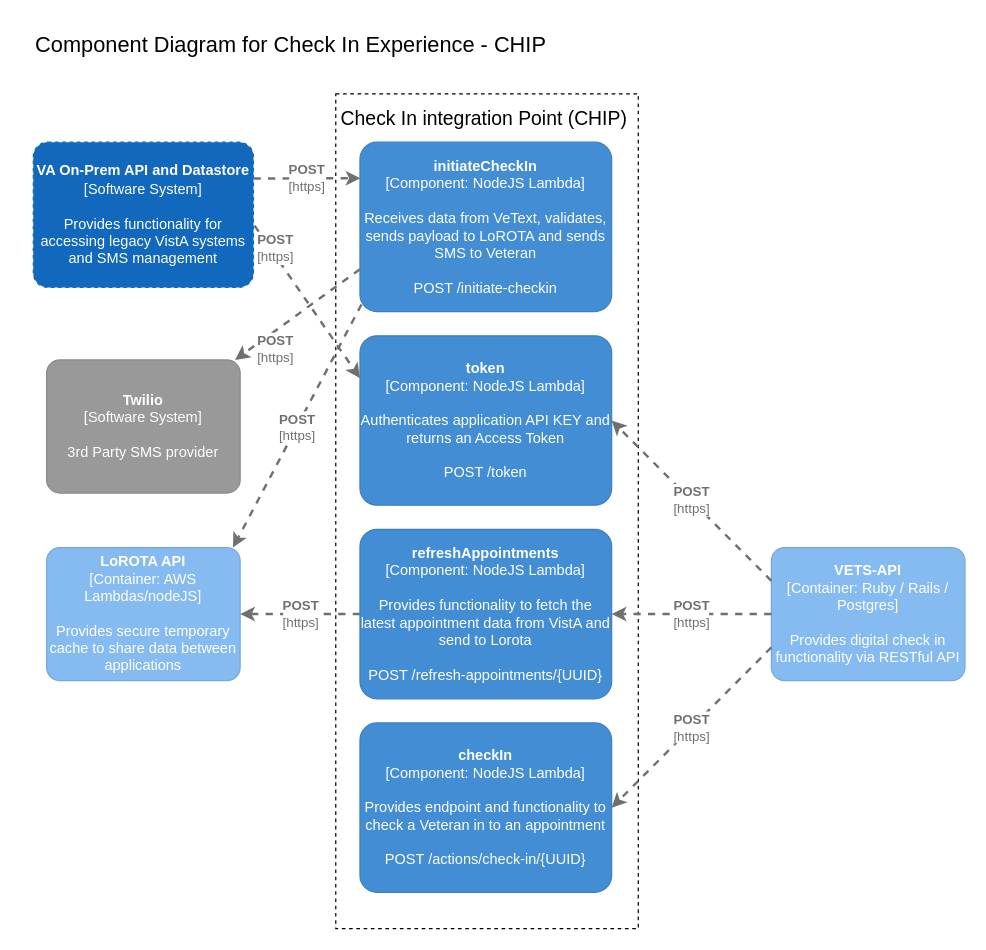
department-of-veterans-affairs/va.gov-team keeps this draw.io diagram as products/health-care/checkin/engineering/architecture-diagrams/componentDiagram_CHIP_checkInExp.drawio. Above is the earlier version. Source tidied: cells renumbered, new cells numbered last; positions are measured from the earlier drawing's top-left corner, leaving out a move shared by most shapes. Both pictures are drawn from the tidied source at 121%, with x=0, y=0 at pixel (33, 21).
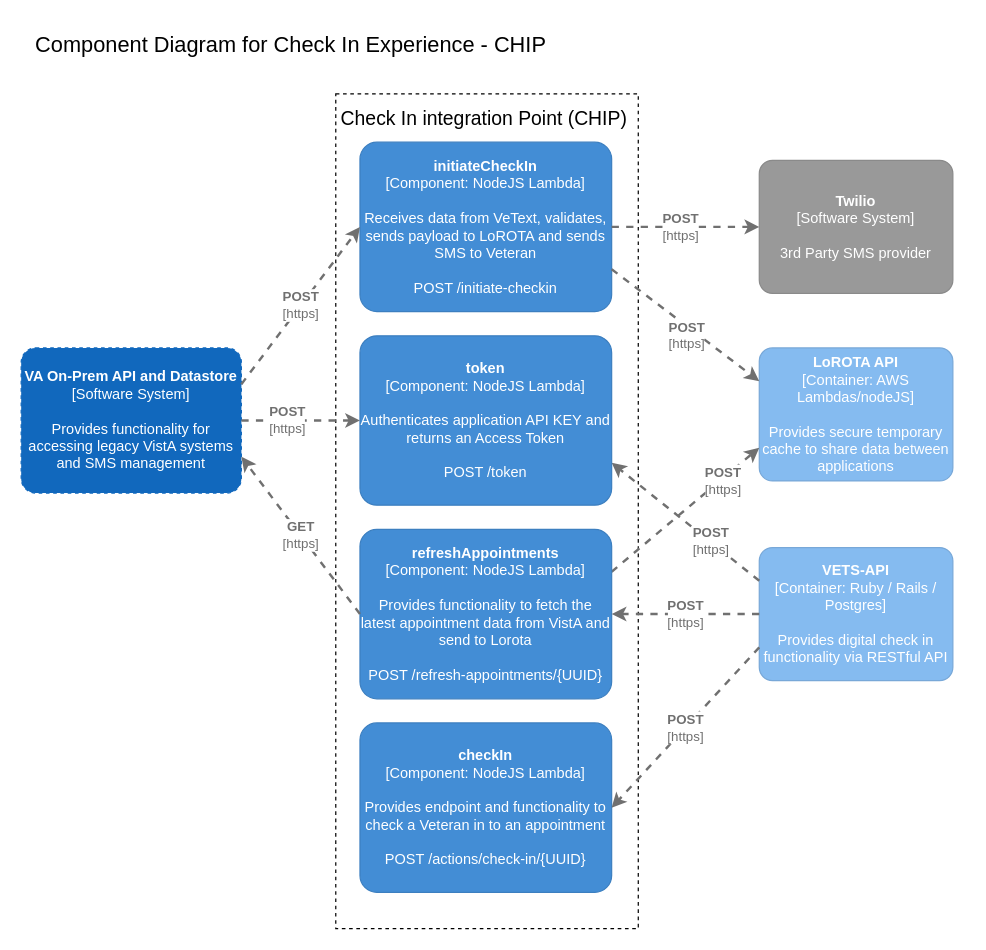
After the change.

The change refers to these unchanged cells:
```xml
<object id="10" label="&lt;b&gt;%c4Name%&lt;/b&gt;&lt;div&gt;[%c4Type%: %c4Technology%]&lt;/div&gt;&lt;br&gt;&lt;div&gt;%c4Description%&lt;/div&gt;" c4Description="Receives data from VeText, validates, sends payload to LoROTA and sends SMS to Veteran&#10;&#10;POST /initiate-checkin" c4Name="initiateCheckIn" c4Technology="NodeJS Lambda" c4Type="Component" placeholders="1">
  <mxCell style="rounded=1;whiteSpace=wrap;html=1;labelBackgroundColor=none;fillColor=#438DD5;fontColor=#ffffff;align=center;arcSize=10;strokeColor=#3C7FC0;metaData={&quot;c4Type&quot;:{&quot;editable&quot;:false}};points=[[0.25,0,0],[0.5,0,0],[0.75,0,0],[1,0.25,0],[1,0.5,0],[1,0.75,0],[0.75,1,0],[0.5,1,0],[0.25,1,0],[0,0.75,0],[0,0.5,0],[0,0.25,0]];" parent="1" vertex="1">
    <mxGeometry x="270" y="100" width="208" height="140" as="geometry" />
  </mxCell>
</object>
<object id="12" label="&lt;b&gt;%c4Name%&lt;/b&gt;&lt;div&gt;[%c4Type%: %c4Technology%]&lt;/div&gt;&lt;br&gt;&lt;div&gt;%c4Description%&lt;/div&gt;" c4Description="Provides functionality to fetch the latest appointment data from VistA and send to Lorota&#10;&#10;POST /refresh-appointments/{UUID}" c4Name="refreshAppointments" c4Technology="NodeJS Lambda" c4Type="Component" placeholders="1">
  <mxCell style="rounded=1;whiteSpace=wrap;html=1;labelBackgroundColor=none;fillColor=#438DD5;fontColor=#ffffff;align=center;arcSize=10;strokeColor=#3C7FC0;metaData={&quot;c4Type&quot;:{&quot;editable&quot;:false}};points=[[0.25,0,0],[0.5,0,0],[0.75,0,0],[1,0.25,0],[1,0.5,0],[1,0.75,0],[0.75,1,0],[0.5,1,0],[0.25,1,0],[0,0.75,0],[0,0.5,0],[0,0.25,0]];" parent="1" vertex="1">
    <mxGeometry x="270" y="420" width="208" height="140" as="geometry" />
  </mxCell>
</object>
<object id="13" label="&lt;b&gt;%c4Name%&lt;/b&gt;&lt;div&gt;[%c4Type%: %c4Technology%]&lt;/div&gt;&lt;br&gt;&lt;div&gt;%c4Description%&lt;/div&gt;" c4Description="Authenticates application API KEY and returns an Access Token&#10;&#10;POST /token " c4Name="token" c4Technology="NodeJS Lambda" c4Type="Component" placeholders="1">
  <mxCell style="rounded=1;whiteSpace=wrap;html=1;labelBackgroundColor=none;fillColor=#438DD5;fontColor=#ffffff;align=center;arcSize=10;strokeColor=#3C7FC0;metaData={&quot;c4Type&quot;:{&quot;editable&quot;:false}};points=[[0.25,0,0],[0.5,0,0],[0.75,0,0],[1,0.25,0],[1,0.5,0],[1,0.75,0],[0.75,1,0],[0.5,1,0],[0.25,1,0],[0,0.75,0],[0,0.5,0],[0,0.25,0]];" parent="1" vertex="1">
    <mxGeometry x="270" y="260" width="208" height="140" as="geometry" />
  </mxCell>
</object>
```

What changed in the source:
```diff
@@
     <object id="5" label="&lt;b&gt;%c4Name%&lt;/b&gt;&lt;div&gt;[%c4Type%: %c4Technology%]&lt;/div&gt;&lt;br&gt;&lt;div&gt;%c4Description%&lt;/div&gt;" c4Description="Provides digital check in functionality via RESTful API" c4Name="VETS-API" c4Technology="Ruby / Rails / Postgres" c4Type="Container" placeholders="1">
       <mxCell style="rounded=1;whiteSpace=wrap;html=1;labelBackgroundColor=none;fillColor=#85BBF0;fontColor=#ffffff;align=center;arcSize=10;strokeColor=#78A8D8;metaData={&quot;c4Type&quot;:{&quot;editable&quot;:false}};points=[[0.25,0,0],[0.5,0,0],[0.75,0,0],[1,0.25,0],[1,0.5,0],[1,0.75,0],[0.75,1,0],[0.5,1,0],[0.25,1,0],[0,0.75,0],[0,0.5,0],[0,0.25,0]];" parent="1" vertex="1">
-        <mxGeometry x="610" y="435" width="160" height="110" as="geometry" />
+        <mxGeometry x="600" y="435" width="160" height="110" as="geometry" />
       </mxCell>
     </object>
     <object id="6" label="&lt;b&gt;%c4Name%&lt;/b&gt;&lt;div&gt;[%c4Type%: %c4Technology%]&lt;/div&gt;&lt;br&gt;&lt;div&gt;%c4Description%&lt;/div&gt;" c4Description="Provides secure temporary cache to share data between applications" c4Name="LoROTA API" c4Technology="AWS Lambdas/nodeJS" c4Type="Container" placeholders="1">
       <mxCell style="rounded=1;whiteSpace=wrap;html=1;labelBackgroundColor=none;fillColor=#85BBF0;fontColor=#ffffff;align=center;arcSize=10;strokeColor=#78A8D8;metaData={&quot;c4Type&quot;:{&quot;editable&quot;:false}};points=[[0.25,0,0],[0.5,0,0],[0.75,0,0],[1,0.25,0],[1,0.5,0],[1,0.75,0],[0.75,1,0],[0.5,1,0],[0.25,1,0],[0,0.75,0],[0,0.5,0],[0,0.25,0]];" parent="1" vertex="1">
-        <mxGeometry x="11" y="435" width="160" height="110" as="geometry" />
+        <mxGeometry x="600" y="270" width="160" height="110" as="geometry" />
       </mxCell>
     </object>
     <object id="7" label="&lt;div style=&quot;text-align: left&quot;&gt;&lt;div style=&quot;text-align: center&quot;&gt;&lt;b&gt;%c4Description%&lt;/b&gt;&lt;/div&gt;&lt;div style=&quot;text-align: center&quot;&gt;[%c4Technology%]&lt;/div&gt;&lt;/div&gt;" c4Description="POST" c4Technology="https" placeholders="1">
-      <mxCell style="edgeStyle=none;rounded=0;html=1;jettySize=auto;strokeColor=#707070;strokeWidth=2;fontColor=#707070;jumpStyle=none;dashed=1;metaData={&quot;c4Type&quot;:{&quot;editable&quot;:false}};exitX=0;exitY=0.25;exitDx=0;exitDy=0;exitPerimeter=0;entryX=1;entryY=0.5;entryDx=0;entryDy=0;entryPerimeter=0;" parent="1" edge="1" source="5" target="13">
-        <mxGeometry x="40" y="20" as="geometry" />
+      <mxCell style="edgeStyle=none;rounded=0;html=1;jettySize=auto;strokeColor=#707070;strokeWidth=2;fontColor=#707070;jumpStyle=none;dashed=1;metaData={&quot;c4Type&quot;:{&quot;editable&quot;:false}};exitX=0;exitY=0.25;exitDx=0;exitDy=0;exitPerimeter=0;entryX=1;entryY=0.75;entryDx=0;entryDy=0;entryPerimeter=0;" parent="1" edge="1" source="5" target="13">
+        <mxGeometry as="geometry">
+          <mxPoint x="21" y="16" as="offset" />
+        </mxGeometry>
       </mxCell>
     </object>
     <object id="8" label="&lt;div style=&quot;text-align: left&quot;&gt;&lt;div style=&quot;text-align: center&quot;&gt;&lt;b&gt;%c4Description%&lt;/b&gt;&lt;/div&gt;&lt;div style=&quot;text-align: center&quot;&gt;[%c4Technology%]&lt;/div&gt;&lt;/div&gt;" c4Description="POST" c4Technology="https" placeholders="1">
-      <mxCell style="edgeStyle=none;rounded=0;html=1;entryX=1;entryY=0.5;jettySize=auto;strokeColor=#707070;strokeWidth=2;fontColor=#707070;jumpStyle=none;dashed=1;metaData={&quot;c4Type&quot;:{&quot;editable&quot;:false}};entryDx=0;entryDy=0;entryPerimeter=0;exitX=0;exitY=0.5;exitDx=0;exitDy=0;exitPerimeter=0;" parent="1" edge="1" source="12" target="6">
-        <mxGeometry x="40" y="20" as="geometry" />
+      <mxCell style="edgeStyle=none;rounded=0;html=1;entryX=0;entryY=0.75;jettySize=auto;strokeColor=#707070;strokeWidth=2;fontColor=#707070;jumpStyle=none;dashed=1;metaData={&quot;c4Type&quot;:{&quot;editable&quot;:false}};entryDx=0;entryDy=0;entryPerimeter=0;exitX=1;exitY=0.25;exitDx=0;exitDy=0;exitPerimeter=0;" parent="1" edge="1" source="12" target="6">
+        <mxGeometry as="geometry">
+          <mxPoint x="31" y="-24" as="offset" />
+        </mxGeometry>
       </mxCell>
     </object>
     <object id="9" label="&lt;b&gt;%c4Name%&lt;/b&gt;&lt;div&gt;[%c4Type%]&lt;/div&gt;&lt;br&gt;&lt;div&gt;%c4Description%&lt;/div&gt;" c4Description="3rd Party SMS provider" c4Name="Twilio" c4Type="Software System" placeholders="1">
       <mxCell style="rounded=1;whiteSpace=wrap;html=1;labelBackgroundColor=none;fillColor=#999999;fontColor=#ffffff;align=center;arcSize=10;strokeColor=#8A8A8A;metaData={&quot;c4Type&quot;:{&quot;editable&quot;:false}};points=[[0.25,0,0],[0.5,0,0],[0.75,0,0],[1,0.25,0],[1,0.5,0],[1,0.75,0],[0.75,1,0],[0.5,1,0],[0.25,1,0],[0,0.75,0],[0,0.5,0],[0,0.25,0]];" parent="1" vertex="1">
-        <mxGeometry x="11" y="280" width="160" height="110" as="geometry" />
+        <mxGeometry x="600" y="115" width="160" height="110" as="geometry" />
       </mxCell>
     </object>
@@
     <object id="11" label="&lt;div style=&quot;text-align: left&quot;&gt;&lt;div style=&quot;text-align: center&quot;&gt;&lt;b&gt;%c4Description%&lt;/b&gt;&lt;/div&gt;&lt;div style=&quot;text-align: center&quot;&gt;[%c4Technology%]&lt;/div&gt;&lt;/div&gt;" c4Description="POST" c4Technology="https" placeholders="1">
-      <mxCell style="edgeStyle=none;rounded=0;html=1;jettySize=auto;strokeColor=#707070;strokeWidth=2;fontColor=#707070;jumpStyle=none;dashed=1;metaData={&quot;c4Type&quot;:{&quot;editable&quot;:false}};exitX=0;exitY=0.75;exitDx=0;exitDy=0;exitPerimeter=0;" parent="1" edge="1" source="10" target="9">
+      <mxCell style="edgeStyle=none;rounded=0;html=1;jettySize=auto;strokeColor=#707070;strokeWidth=2;fontColor=#707070;jumpStyle=none;dashed=1;metaData={&quot;c4Type&quot;:{&quot;editable&quot;:false}};exitX=1;exitY=0.5;exitDx=0;exitDy=0;exitPerimeter=0;" parent="1" edge="1" source="10" target="9">
         <mxGeometry as="geometry">
-          <mxPoint x="-18" y="28" as="offset" />
+          <mxPoint x="-4" as="offset" />
         </mxGeometry>
       </mxCell>
     </object>
@@
     <object id="15" label="&lt;b&gt;%c4Name%&lt;/b&gt;&lt;div&gt;[%c4Type%]&lt;/div&gt;&lt;br&gt;&lt;div&gt;%c4Description%&lt;/div&gt;" c4Description="Provides functionality for accessing legacy VistA systems and SMS management" c4Name="VA On-Prem API and Datastore" c4Type="Software System" placeholders="1">
       <mxCell style="rounded=1;whiteSpace=wrap;html=1;labelBackgroundColor=none;fillColor=#1168BD;fontColor=#ffffff;align=center;arcSize=10;strokeColor=#1168BD;metaData={&quot;c4Type&quot;:{&quot;editable&quot;:false}};points=[[0.25,0,0],[0.5,0,0],[0.75,0,0],[1,0.25,0],[1,0.5,0],[1,0.75,0],[0.75,1,0],[0.5,1,0],[0.25,1,0],[0,0.75,0],[0,0.5,0],[0,0.25,0]];dashed=1;" parent="1" vertex="1">
-        <mxGeometry y="100" width="182" height="120" as="geometry" />
+        <mxGeometry x="-10" y="270" width="182" height="120" as="geometry" />
       </mxCell>
     </object>
     <object id="16" label="&lt;div style=&quot;text-align: left&quot;&gt;&lt;div style=&quot;text-align: center&quot;&gt;&lt;b&gt;%c4Description%&lt;/b&gt;&lt;/div&gt;&lt;div style=&quot;text-align: center&quot;&gt;[%c4Technology%]&lt;/div&gt;&lt;/div&gt;" c4Description="POST" c4Technology="https" placeholders="1">
-      <mxCell style="edgeStyle=none;rounded=0;html=1;jettySize=auto;strokeColor=#707070;strokeWidth=2;fontColor=#707070;jumpStyle=none;dashed=1;metaData={&quot;c4Type&quot;:{&quot;editable&quot;:false}};exitX=1.005;exitY=0.575;exitDx=0;exitDy=0;exitPerimeter=0;entryX=0;entryY=0.25;entryDx=0;entryDy=0;entryPerimeter=0;" parent="1" edge="1" source="15" target="13">
+      <mxCell style="edgeStyle=none;rounded=0;html=1;jettySize=auto;strokeColor=#707070;strokeWidth=2;fontColor=#707070;jumpStyle=none;dashed=1;metaData={&quot;c4Type&quot;:{&quot;editable&quot;:false}};exitX=1;exitY=0.5;exitDx=0;exitDy=0;exitPerimeter=0;entryX=0;entryY=0.5;entryDx=0;entryDy=0;entryPerimeter=0;" parent="1" edge="1" source="15" target="13">
         <mxGeometry as="geometry">
-          <mxPoint x="-26" y="-44" as="offset" />
+          <mxPoint x="-11" as="offset" />
         </mxGeometry>
       </mxCell>
     </object>
     <object id="17" label="&lt;div style=&quot;text-align: left&quot;&gt;&lt;div style=&quot;text-align: center&quot;&gt;&lt;b&gt;%c4Description%&lt;/b&gt;&lt;/div&gt;&lt;div style=&quot;text-align: center&quot;&gt;[%c4Technology%]&lt;/div&gt;&lt;/div&gt;" c4Description="POST" c4Technology="https" placeholders="1">
-      <mxCell style="edgeStyle=none;rounded=0;html=1;entryX=0.963;entryY=0;jettySize=auto;strokeColor=#707070;strokeWidth=2;fontColor=#707070;jumpStyle=none;dashed=1;metaData={&quot;c4Type&quot;:{&quot;editable&quot;:false}};exitX=0.006;exitY=0.958;exitDx=0;exitDy=0;exitPerimeter=0;entryDx=0;entryDy=0;entryPerimeter=0;" parent="1" edge="1" source="10" target="6">
-        <mxGeometry x="40" y="20" as="geometry">
-          <mxPoint y="1" as="offset" />
+      <mxCell style="edgeStyle=none;rounded=0;html=1;entryX=0;entryY=0.25;jettySize=auto;strokeColor=#707070;strokeWidth=2;fontColor=#707070;jumpStyle=none;dashed=1;metaData={&quot;c4Type&quot;:{&quot;editable&quot;:false}};exitX=1;exitY=0.75;exitDx=0;exitDy=0;exitPerimeter=0;entryDx=0;entryDy=0;entryPerimeter=0;" parent="1" edge="1" source="10" target="6">
+        <mxGeometry as="geometry">
+          <mxPoint x="1" y="9" as="offset" />
         </mxGeometry>
       </mxCell>
     </object>
@@
     <object id="19" label="&lt;div style=&quot;text-align: left&quot;&gt;&lt;div style=&quot;text-align: center&quot;&gt;&lt;b&gt;%c4Description%&lt;/b&gt;&lt;/div&gt;&lt;div style=&quot;text-align: center&quot;&gt;[%c4Technology%]&lt;/div&gt;&lt;/div&gt;" c4Description="POST" c4Technology="https" placeholders="1">
-      <mxCell style="edgeStyle=none;rounded=0;html=1;jettySize=auto;strokeColor=#707070;strokeWidth=2;fontColor=#707070;jumpStyle=none;dashed=1;metaData={&quot;c4Type&quot;:{&quot;editable&quot;:false}};exitX=1;exitY=0.25;exitDx=0;exitDy=0;exitPerimeter=0;entryX=0.002;entryY=0.213;entryDx=0;entryDy=0;entryPerimeter=0;" parent="1" edge="1" source="15" target="10">
+      <mxCell style="edgeStyle=none;rounded=0;html=1;jettySize=auto;strokeColor=#707070;strokeWidth=2;fontColor=#707070;jumpStyle=none;dashed=1;metaData={&quot;c4Type&quot;:{&quot;editable&quot;:false}};exitX=1;exitY=0.25;exitDx=0;exitDy=0;exitPerimeter=0;entryX=0;entryY=0.5;entryDx=0;entryDy=0;entryPerimeter=0;" parent="1" edge="1" source="15" target="10">
         <mxGeometry x="40" y="20" as="geometry" />
       </mxCell>
     </object>
@@
+    <object id="22" label="&lt;div style=&quot;text-align: left&quot;&gt;&lt;div style=&quot;text-align: center&quot;&gt;&lt;b&gt;%c4Description%&lt;/b&gt;&lt;/div&gt;&lt;div style=&quot;text-align: center&quot;&gt;[%c4Technology%]&lt;/div&gt;&lt;/div&gt;" c4Description="GET" c4Technology="https" placeholders="1">
+      <mxCell style="edgeStyle=none;rounded=0;html=1;entryX=1;entryY=0.75;jettySize=auto;strokeColor=#707070;strokeWidth=2;fontColor=#707070;jumpStyle=none;dashed=1;metaData={&quot;c4Type&quot;:{&quot;editable&quot;:false}};exitX=0;exitY=0.5;exitDx=0;exitDy=0;exitPerimeter=0;entryDx=0;entryDy=0;entryPerimeter=0;" parent="1" edge="1" source="12" target="15">
+        <mxGeometry relative="1" as="geometry" />
+      </mxCell>
+    </object>
```
